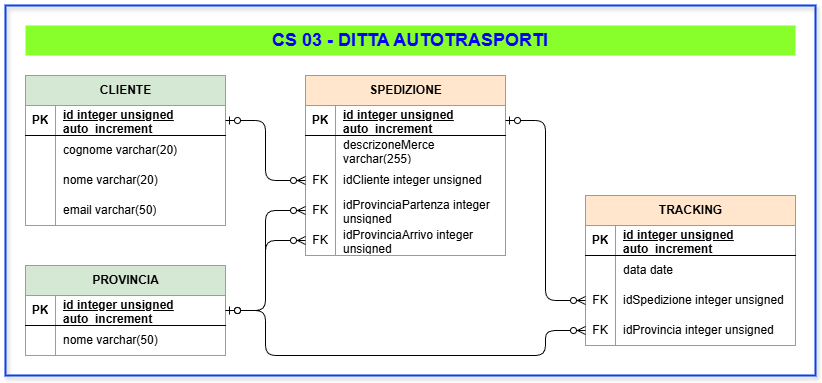
Before: AS_2025_2026/5I/Informatica/CS03 - Autotrasporti/er-fisico.drawio.png, a diagram exported from draw.io (CescoP81/GalileiOstiglia). Source tidied: cells renumbered, new cells last; positions are measured from the earlier drawing's top-left corner, leaving out a move shared by most shapes.
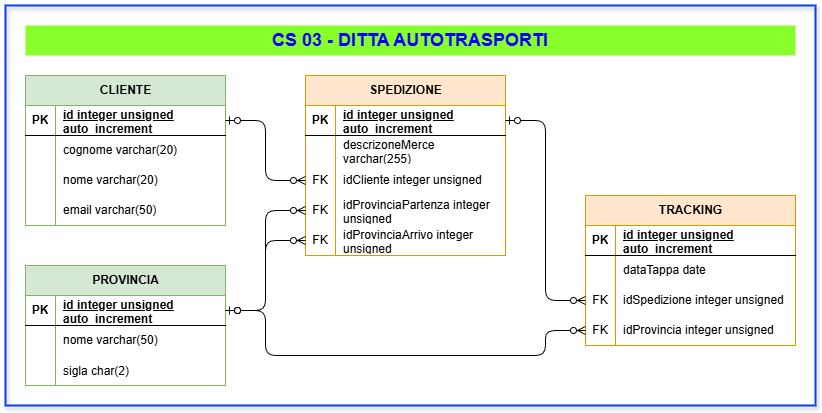
The same file after the commit.

What changed in the source:
```diff
@@ -3,7 +3,7 @@
     <mxCell id="0" />
     <mxCell id="1" parent="0" />
     <mxCell id="2" style="rounded=0;whiteSpace=wrap;html=1;fillColor=none;strokeWidth=2;strokeColor=light-dark(#0741ed, #ededed);shadow=1;" parent="1" vertex="1">
-      <mxGeometry width="810" height="370" as="geometry" />
+      <mxGeometry width="810" height="400" as="geometry" />
     </mxCell>
     <mxCell id="3" value="CLIENTE" style="shape=table;startSize=30;rowLines=0;fontStyle=1;align=center;html=1;fillColor=#d5e8d4;strokeColor=#82b366;" parent="1" vertex="1">
       <mxGeometry x="20" y="70" width="200" height="150" as="geometry" />
@@ -93,7 +93,7 @@
       <mxGeometry x="30" width="170" height="30" as="geometry" />
     </mxCell>
     <mxCell id="32" value="PROVINCIA" style="shape=table;startSize=30;rowLines=0;fontStyle=1;align=center;html=1;fillColor=#d5e8d4;strokeColor=#82b366;" parent="1" vertex="1">
-      <mxGeometry x="20" y="260" width="200" height="90" as="geometry" />
+      <mxGeometry x="20" y="260" width="200" height="120" as="geometry" />
     </mxCell>
     <mxCell id="33" style="shape=tableRow;horizontal=0;startSize=0;swimlaneHead=0;swimlaneBody=0;fillColor=none;points=[[0,0.5],[1,0.5]];portConstraint=eastwest;top=0;left=0;right=0;bottom=1;" parent="32" vertex="1">
       <mxGeometry y="30" width="200" height="30" as="geometry" />
@@ -113,6 +113,15 @@
     <mxCell id="38" value="nome varchar(50)" style="shape=partialRectangle;fillColor=none;top=0;left=0;bottom=0;right=0;align=left;spacingLeft=6;overflow=hidden;whiteSpace=wrap;html=1;" parent="36" vertex="1">
       <mxGeometry x="30" width="170" height="30" as="geometry" />
     </mxCell>
+    <mxCell id="58" style="shape=tableRow;horizontal=0;startSize=0;swimlaneHead=0;swimlaneBody=0;fillColor=none;top=0;left=0;right=0;bottom=0;" parent="32" vertex="1">
+      <mxGeometry y="90" width="200" height="30" as="geometry" />
+    </mxCell>
+    <mxCell id="59" style="shape=partialRectangle;fillColor=none;top=0;left=0;bottom=0;right=0;overflow=hidden;" parent="58" vertex="1">
+      <mxGeometry width="30" height="30" as="geometry" />
+    </mxCell>
+    <mxCell id="60" value="sigla char(2)" style="shape=partialRectangle;fillColor=none;top=0;left=0;bottom=0;right=0;align=left;spacingLeft=6;overflow=hidden;" parent="58" vertex="1">
+      <mxGeometry x="30" width="170" height="30" as="geometry" />
+    </mxCell>
     <mxCell id="39" value="TRACKING" style="shape=table;startSize=30;rowLines=0;fontStyle=1;align=center;html=1;fillColor=#ffe6cc;strokeColor=#d79b00;" parent="1" vertex="1">
       <mxGeometry x="580" y="190" width="210" height="150" as="geometry" />
     </mxCell>
@@ -131,7 +140,7 @@
     <mxCell id="44" style="shape=partialRectangle;fillColor=none;top=0;left=0;bottom=0;right=0;overflow=hidden;whiteSpace=wrap;html=1;" parent="43" vertex="1">
       <mxGeometry width="30" height="30" as="geometry" />
     </mxCell>
-    <mxCell id="45" value="data date" style="shape=partialRectangle;fillColor=none;top=0;left=0;bottom=0;right=0;align=left;spacingLeft=6;overflow=hidden;whiteSpace=wrap;html=1;" parent="43" vertex="1">
+    <mxCell id="45" value="dataTappa date" style="shape=partialRectangle;fillColor=none;top=0;left=0;bottom=0;right=0;align=left;spacingLeft=6;overflow=hidden;whiteSpace=wrap;html=1;" parent="43" vertex="1">
       <mxGeometry x="30" width="180" height="30" as="geometry" />
     </mxCell>
     <mxCell id="46" style="shape=tableRow;horizontal=0;startSize=0;swimlaneHead=0;swimlaneBody=0;fillColor=none;points=[[0,0.5],[1,0.5]];portConstraint=eastwest;top=0;left=0;right=0;bottom=0;" parent="39" vertex="1">
```
